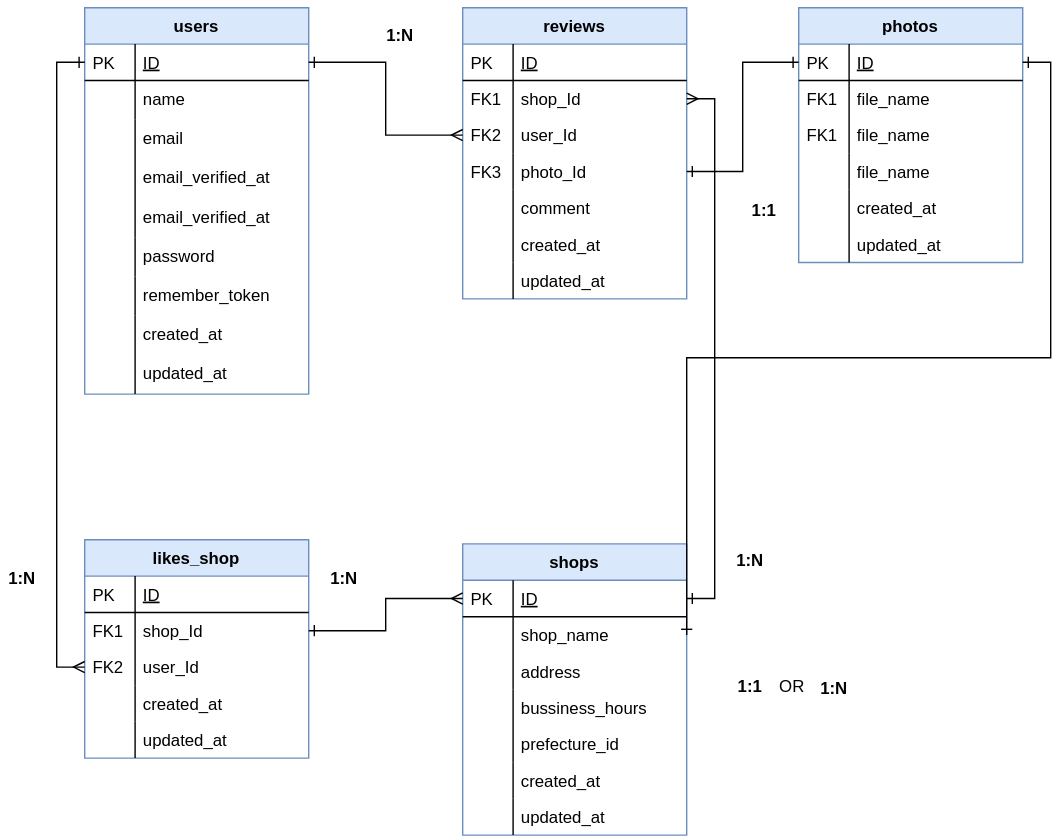
Earlier version of the draw.io export boardgame-reviews/doc/er.svg (k-taiga/boardgame-reviews). Source tidied: cells renumbered, new cells last; positions are measured from the earlier drawing's top-left corner, leaving out a move shared by most shapes.
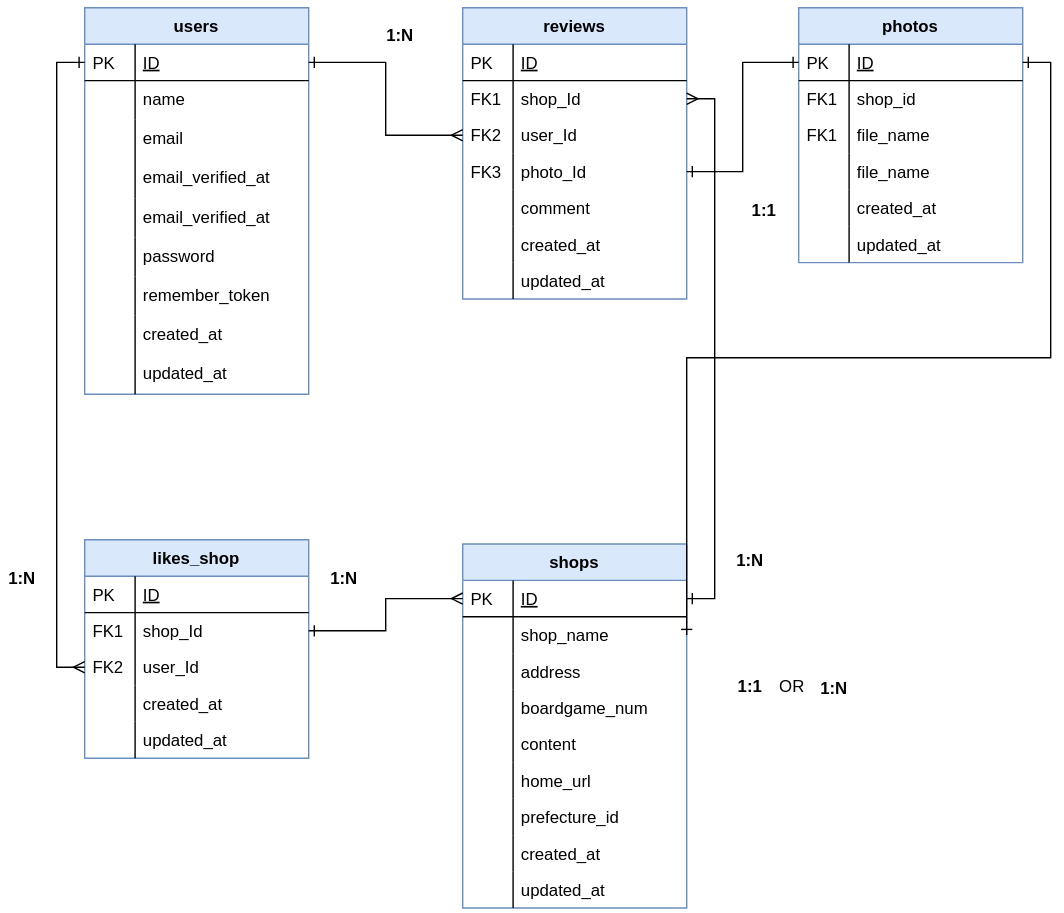
The same file after the commit.

What changed in the source:
```diff
@@ -60,7 +60,7 @@
       <mxGeometry width="36" height="28" as="geometry" />
     </mxCell>
     <mxCell id="21" value="shops" style="swimlane;fontStyle=1;horizontal=1;startSize=26;rounded=0;shadow=0;strokeWidth=1;fillColor=#dae8fc;strokeColor=#6c8ebf;" parent="1" vertex="1">
-      <mxGeometry x="330" y="388" width="160" height="208" as="geometry" />
+      <mxGeometry x="330" y="388" width="160" height="260" as="geometry" />
     </mxCell>
     <mxCell id="22" value="ID" style="shape=partialRectangle;top=0;left=0;right=0;bottom=1;align=left;verticalAlign=top;fillColor=none;spacingLeft=40;spacingRight=4;overflow=hidden;points=[[0,0.5],[1,0.5]];portConstraint=eastwest;rounded=0;shadow=0;strokeWidth=1;fontStyle=4;" parent="21" vertex="1">
       <mxGeometry y="26" width="160" height="26" as="geometry" />
@@ -80,26 +80,38 @@
     <mxCell id="27" style="shape=partialRectangle;top=0;left=0;bottom=0;fillColor=none;align=left;verticalAlign=top;spacingLeft=4;spacingRight=4;overflow=hidden;" parent="26" vertex="1">
       <mxGeometry width="36" height="26" as="geometry" />
     </mxCell>
+    <mxCell id="89" value="boardgame_num&#10;" style="shape=partialRectangle;top=0;left=0;right=0;bottom=0;align=left;verticalAlign=top;fillColor=none;spacingLeft=40;spacingRight=4;overflow=hidden;rounded=0;shadow=0;strokeWidth=1;" parent="21" vertex="1">
+      <mxGeometry y="104" width="160" height="26" as="geometry" />
+    </mxCell>
+    <mxCell id="90" style="shape=partialRectangle;top=0;left=0;bottom=0;fillColor=none;align=left;verticalAlign=top;spacingLeft=4;spacingRight=4;overflow=hidden;" parent="89" vertex="1">
+      <mxGeometry width="36" height="26" as="geometry" />
+    </mxCell>
+    <mxCell id="91" value="content" style="shape=partialRectangle;top=0;left=0;right=0;bottom=0;align=left;verticalAlign=top;fillColor=none;spacingLeft=40;spacingRight=4;overflow=hidden;rounded=0;shadow=0;strokeWidth=1;" parent="21" vertex="1">
+      <mxGeometry y="130" width="160" height="26" as="geometry" />
+    </mxCell>
+    <mxCell id="92" style="shape=partialRectangle;top=0;left=0;bottom=0;fillColor=none;align=left;verticalAlign=top;spacingLeft=4;spacingRight=4;overflow=hidden;" parent="91" vertex="1">
+      <mxGeometry width="36" height="26" as="geometry" />
+    </mxCell>
-    <mxCell id="28" value="bussiness_hours&#10;" style="shape=partialRectangle;top=0;left=0;right=0;bottom=0;align=left;verticalAlign=top;fillColor=none;spacingLeft=40;spacingRight=4;overflow=hidden;rounded=0;shadow=0;strokeWidth=1;" parent="21" vertex="1">
-      <mxGeometry y="104" width="160" height="26" as="geometry" />
+    <mxCell id="28" value="home_url&#10;" style="shape=partialRectangle;top=0;left=0;right=0;bottom=0;align=left;verticalAlign=top;fillColor=none;spacingLeft=40;spacingRight=4;overflow=hidden;rounded=0;shadow=0;strokeWidth=1;" parent="21" vertex="1">
+      <mxGeometry y="156" width="160" height="26" as="geometry" />
     </mxCell>
     <mxCell id="29" style="shape=partialRectangle;top=0;left=0;bottom=0;fillColor=none;align=left;verticalAlign=top;spacingLeft=4;spacingRight=4;overflow=hidden;" parent="28" vertex="1">
       <mxGeometry width="36" height="26" as="geometry" />
     </mxCell>
     <mxCell id="30" value="prefecture_id&#10;" style="shape=partialRectangle;top=0;left=0;right=0;bottom=0;align=left;verticalAlign=top;fillColor=none;spacingLeft=40;spacingRight=4;overflow=hidden;rounded=0;shadow=0;strokeWidth=1;" parent="21" vertex="1">
-      <mxGeometry y="130" width="160" height="26" as="geometry" />
+      <mxGeometry y="182" width="160" height="26" as="geometry" />
     </mxCell>
     <mxCell id="31" style="shape=partialRectangle;top=0;left=0;bottom=0;fillColor=none;align=left;verticalAlign=top;spacingLeft=4;spacingRight=4;overflow=hidden;" parent="30" vertex="1">
       <mxGeometry width="36" height="26" as="geometry" />
     </mxCell>
     <mxCell id="32" value="created_at" style="shape=partialRectangle;top=0;left=0;right=0;bottom=0;align=left;verticalAlign=top;fillColor=none;spacingLeft=40;spacingRight=4;overflow=hidden;rounded=0;shadow=0;strokeWidth=1;" parent="21" vertex="1">
-      <mxGeometry y="156" width="160" height="26" as="geometry" />
+      <mxGeometry y="208" width="160" height="26" as="geometry" />
     </mxCell>
     <mxCell id="33" style="shape=partialRectangle;top=0;left=0;bottom=0;fillColor=none;align=left;verticalAlign=top;spacingLeft=4;spacingRight=4;overflow=hidden;" parent="32" vertex="1">
       <mxGeometry width="36" height="26" as="geometry" />
     </mxCell>
     <mxCell id="34" value="updated_at" style="shape=partialRectangle;top=0;left=0;right=0;bottom=0;align=left;verticalAlign=top;fillColor=none;spacingLeft=40;spacingRight=4;overflow=hidden;rounded=0;shadow=0;strokeWidth=1;" parent="21" vertex="1">
-      <mxGeometry y="182" width="160" height="26" as="geometry" />
+      <mxGeometry y="234" width="160" height="26" as="geometry" />
     </mxCell>
     <mxCell id="35" style="shape=partialRectangle;top=0;left=0;bottom=0;fillColor=none;align=left;verticalAlign=top;spacingLeft=4;spacingRight=4;overflow=hidden;" parent="34" vertex="1">
       <mxGeometry width="36" height="26" as="geometry" />
@@ -215,7 +227,7 @@
     <mxCell id="72" value="PK" style="shape=partialRectangle;top=0;left=0;bottom=0;fillColor=none;align=left;verticalAlign=top;spacingLeft=4;spacingRight=4;overflow=hidden;" parent="71" vertex="1">
       <mxGeometry width="36" height="26" as="geometry" />
     </mxCell>
-    <mxCell id="73" value="file_name" style="shape=partialRectangle;top=0;left=0;right=0;bottom=0;align=left;verticalAlign=top;fillColor=none;spacingLeft=40;spacingRight=4;overflow=hidden;rounded=0;shadow=0;strokeWidth=1;strokeColor=none;" parent="70" vertex="1">
+    <mxCell id="73" value="shop_id" style="shape=partialRectangle;top=0;left=0;right=0;bottom=0;align=left;verticalAlign=top;fillColor=none;spacingLeft=40;spacingRight=4;overflow=hidden;rounded=0;shadow=0;strokeWidth=1;strokeColor=none;" parent="70" vertex="1">
       <mxGeometry y="52" width="160" height="26" as="geometry" />
     </mxCell>
     <mxCell id="74" value="FK1" style="shape=partialRectangle;top=0;left=0;bottom=0;fillColor=none;align=left;verticalAlign=top;spacingLeft=4;spacingRight=4;overflow=hidden;" parent="73" vertex="1">
```
